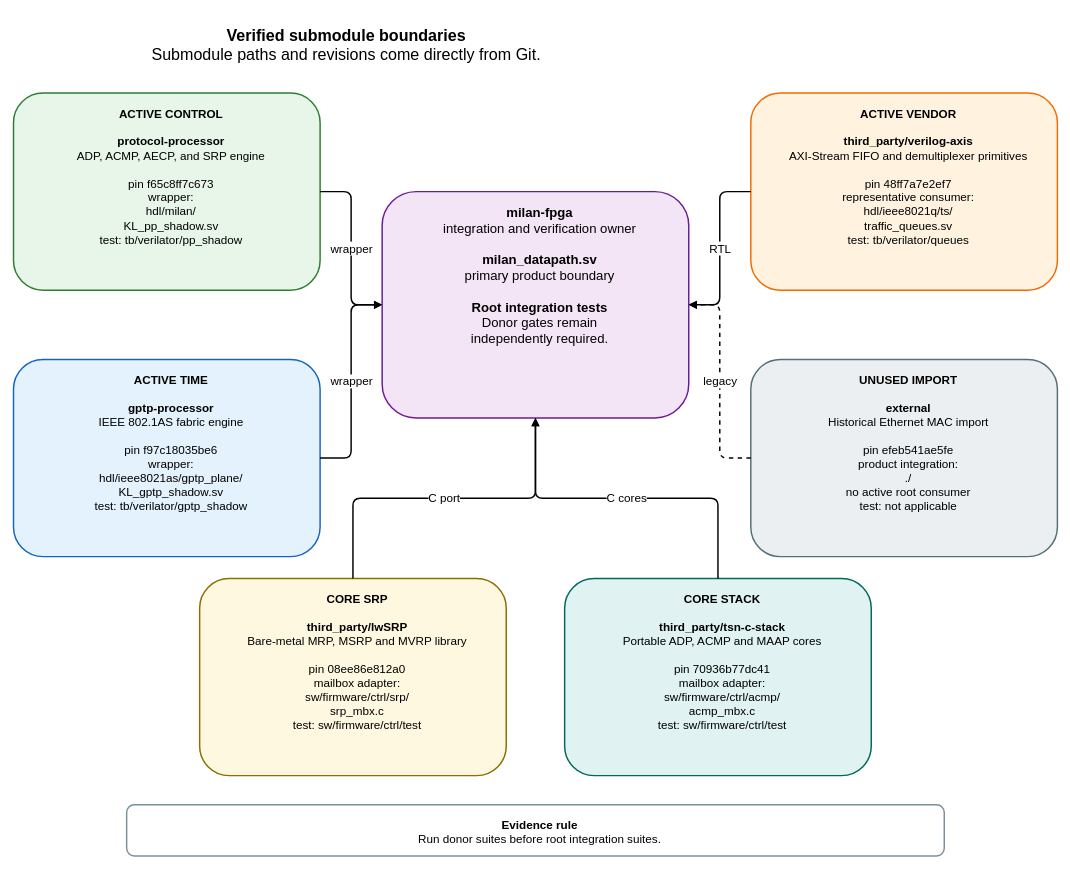
The draw.io diagram docs/diagrams/submodule_boundaries.drawio in kebag-logic/milan-fpga, before the edit. Source tidied: cells renumbered, new cells numbered last; positions are measured from the earlier drawing's top-left corner, leaving out a move shared by most shapes. Both pictures are drawn from the tidied source at 73%, with x=0, y=0 at pixel (13, 12).
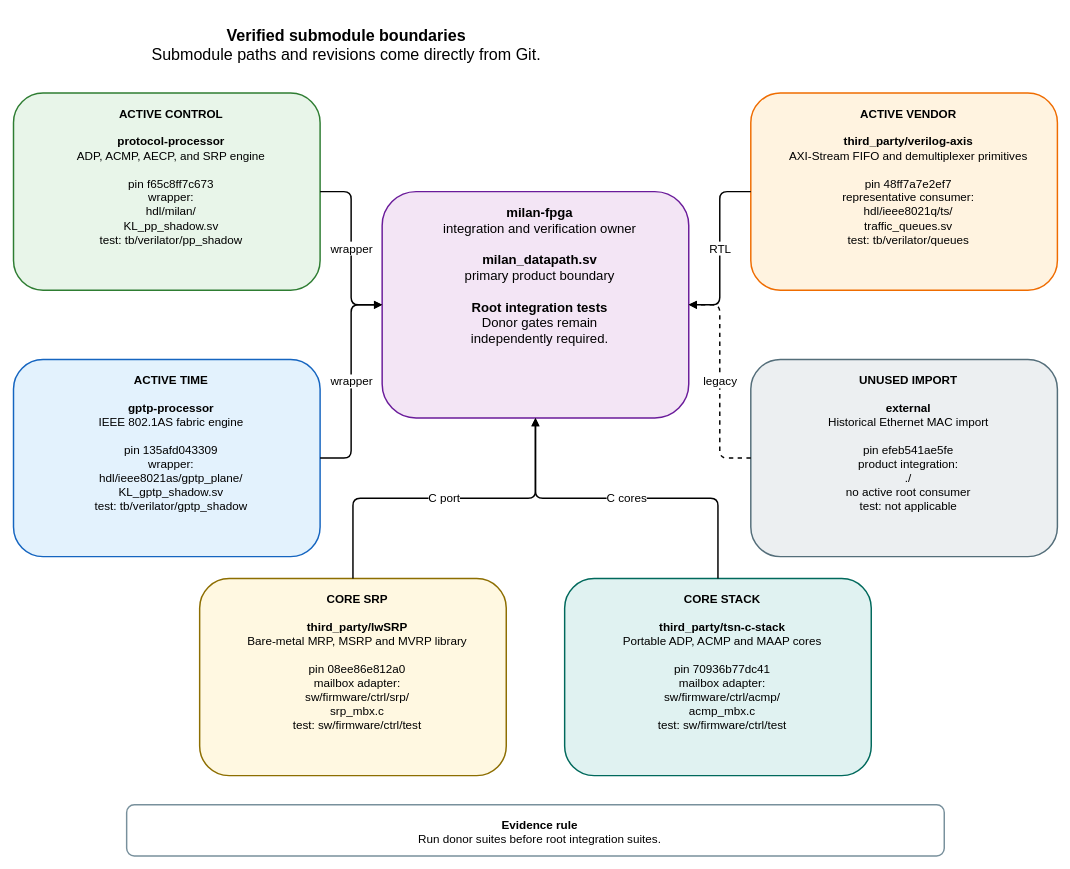
The same page after the edit.

Change to the diagram source:
```diff
@@
 <mxGraphModel>
   <root>
     <mxCell id="0" />
     <mxCell id="1" parent="0" />
     <mxCell id="2" value="&lt;b&gt;Verified submodule boundaries&lt;/b&gt;&lt;br&gt;Submodule paths and revisions come directly from Git." style="rounded=1;whiteSpace=wrap;html=1;verticalAlign=top;spacingTop=12;spacingLeft=12;fontSize=22;fontFamily=Helvetica;fillColor=none;strokeColor=none;strokeWidth=2;" parent="1" vertex="1">
       <mxGeometry width="900" height="65" as="geometry" />
     </mxCell>
     <mxCell id="3" value="&lt;b&gt;milan-fpga&lt;/b&gt;&lt;br&gt;integration and verification owner&lt;br&gt;&lt;br&gt;&lt;b&gt;milan_datapath.sv&lt;/b&gt;&lt;br&gt;primary product boundary&lt;br&gt;&lt;br&gt;&lt;b&gt;Root integration tests&lt;/b&gt;&lt;br&gt;Donor gates remain&lt;br&gt;independently required." style="rounded=1;whiteSpace=wrap;html=1;verticalAlign=top;spacingTop=12;spacingLeft=12;fontSize=18;fontFamily=Helvetica;fillColor=#F3E5F5;strokeColor=#6A1B9A;strokeWidth=2;" parent="1" vertex="1">
       <mxGeometry x="505" y="245" width="420" height="310" as="geometry" />
     </mxCell>
     <mxCell id="4" value="&lt;b&gt;ACTIVE CONTROL&lt;/b&gt;&lt;br&gt;&lt;br&gt;&lt;b&gt;protocol-processor&lt;/b&gt;&lt;br&gt;ADP, ACMP, AECP, and SRP engine&lt;br&gt;&lt;br&gt;pin f65c8ff7c673&lt;br&gt;wrapper:&lt;br&gt;hdl/milan/&lt;br&gt;KL_pp_shadow.sv&lt;br&gt;test: tb/verilator/pp_shadow" style="rounded=1;whiteSpace=wrap;html=1;verticalAlign=top;spacingTop=12;spacingLeft=12;fontSize=16;fontFamily=Helvetica;fillColor=#E8F5E9;strokeColor=#2E7D32;strokeWidth=2;" parent="1" vertex="1">
       <mxGeometry y="110" width="420" height="270" as="geometry" />
     </mxCell>
-    <mxCell id="5" value="&lt;b&gt;ACTIVE TIME&lt;/b&gt;&lt;br&gt;&lt;br&gt;&lt;b&gt;gptp-processor&lt;/b&gt;&lt;br&gt;IEEE 802.1AS fabric engine&lt;br&gt;&lt;br&gt;pin f97c18035be6&lt;br&gt;wrapper:&lt;br&gt;hdl/ieee8021as/gptp_plane/&lt;br&gt;KL_gptp_shadow.sv&lt;br&gt;test: tb/verilator/gptp_shadow" style="rounded=1;whiteSpace=wrap;html=1;verticalAlign=top;spacingTop=12;spacingLeft=12;fontSize=16;fontFamily=Helvetica;fillColor=#E3F2FD;strokeColor=#1565C0;strokeWidth=2;" parent="1" vertex="1">
+    <mxCell id="5" value="&lt;b&gt;ACTIVE TIME&lt;/b&gt;&lt;br&gt;&lt;br&gt;&lt;b&gt;gptp-processor&lt;/b&gt;&lt;br&gt;IEEE 802.1AS fabric engine&lt;br&gt;&lt;br&gt;pin 135afd043309&lt;br&gt;wrapper:&lt;br&gt;hdl/ieee8021as/gptp_plane/&lt;br&gt;KL_gptp_shadow.sv&lt;br&gt;test: tb/verilator/gptp_shadow" style="rounded=1;whiteSpace=wrap;html=1;verticalAlign=top;spacingTop=12;spacingLeft=12;fontSize=16;fontFamily=Helvetica;fillColor=#E3F2FD;strokeColor=#1565C0;strokeWidth=2;" parent="1" vertex="1">
       <mxGeometry y="475" width="420" height="270" as="geometry" />
     </mxCell>
     <mxCell id="6" value="&lt;b&gt;ACTIVE VENDOR&lt;/b&gt;&lt;br&gt;&lt;br&gt;&lt;b&gt;third_party/verilog-axis&lt;/b&gt;&lt;br&gt;AXI-Stream FIFO and demultiplexer primitives&lt;br&gt;&lt;br&gt;pin 48ff7a7e2ef7&lt;br&gt;representative consumer:&lt;br&gt;hdl/ieee8021q/ts/&lt;br&gt;traffic_queues.sv&lt;br&gt;test: tb/verilator/queues" style="rounded=1;whiteSpace=wrap;html=1;verticalAlign=top;spacingTop=12;spacingLeft=12;fontSize=16;fontFamily=Helvetica;fillColor=#FFF3E0;strokeColor=#EF6C00;strokeWidth=2;" parent="1" vertex="1">
       <mxGeometry x="1010" y="110" width="420" height="270" as="geometry" />
     </mxCell>
     <mxCell id="7" value="&lt;b&gt;UNUSED IMPORT&lt;/b&gt;&lt;br&gt;&lt;br&gt;&lt;b&gt;external&lt;/b&gt;&lt;br&gt;Historical Ethernet MAC import&lt;br&gt;&lt;br&gt;pin efeb541ae5fe&lt;br&gt;product integration:&lt;br&gt;./&lt;br&gt;no active root consumer&lt;br&gt;test: not applicable" style="rounded=1;whiteSpace=wrap;html=1;verticalAlign=top;spacingTop=12;spacingLeft=12;fontSize=16;fontFamily=Helvetica;fillColor=#ECEFF1;strokeColor=#546E7A;strokeWidth=2;" parent="1" vertex="1">
       <mxGeometry x="1010" y="475" width="420" height="270" as="geometry" />
     </mxCell>
     <mxCell id="8" value="&lt;b&gt;CORE SRP&lt;/b&gt;&lt;br&gt;&lt;br&gt;&lt;b&gt;third_party/lwSRP&lt;/b&gt;&lt;br&gt;Bare-metal MRP, MSRP and MVRP library&lt;br&gt;&lt;br&gt;pin 08ee86e812a0&lt;br&gt;mailbox adapter:&lt;br&gt;sw/firmware/ctrl/srp/&lt;br&gt;srp_mbx.c&lt;br&gt;test: sw/firmware/ctrl/test" style="rounded=1;whiteSpace=wrap;html=1;verticalAlign=top;spacingTop=12;spacingLeft=12;fontSize=16;fontFamily=Helvetica;fillColor=#FFF8E1;strokeColor=#8D6E00;strokeWidth=2;" parent="1" vertex="1">
       <mxGeometry x="255" y="775" width="420" height="270" as="geometry" />
     </mxCell>
     <mxCell id="9" value="&lt;b&gt;CORE STACK&lt;/b&gt;&lt;br&gt;&lt;br&gt;&lt;b&gt;third_party/tsn-c-stack&lt;/b&gt;&lt;br&gt;Portable ADP, ACMP and MAAP cores&lt;br&gt;&lt;br&gt;pin 70936b77dc41&lt;br&gt;mailbox adapter:&lt;br&gt;sw/firmware/ctrl/acmp/&lt;br&gt;acmp_mbx.c&lt;br&gt;test: sw/firmware/ctrl/test" style="rounded=1;whiteSpace=wrap;html=1;verticalAlign=top;spacingTop=12;spacingLeft=12;fontSize=16;fontFamily=Helvetica;fillColor=#E0F2F1;strokeColor=#00695C;strokeWidth=2;" parent="1" vertex="1">
       <mxGeometry x="755" y="775" width="420" height="270" as="geometry" />
     </mxCell>
     <mxCell id="10" value="wrapper" style="edgeStyle=orthogonalEdgeStyle;rounded=1;jettySize=auto;html=1;endArrow=block;endFill=1;strokeWidth=2;fontSize=16;fontFamily=Helvetica;labelBackgroundColor=#FFFFFF;" parent="1" edge="1" source="4" target="3">
       <mxGeometry relative="1" as="geometry" />
     </mxCell>
     <mxCell id="11" value="wrapper" style="edgeStyle=orthogonalEdgeStyle;rounded=1;jettySize=auto;html=1;endArrow=block;endFill=1;strokeWidth=2;fontSize=16;fontFamily=Helvetica;labelBackgroundColor=#FFFFFF;" parent="1" edge="1" source="5" target="3">
       <mxGeometry relative="1" as="geometry" />
     </mxCell>
     <mxCell id="12" value="RTL" style="edgeStyle=orthogonalEdgeStyle;rounded=1;jettySize=auto;html=1;endArrow=block;endFill=1;strokeWidth=2;fontSize=16;fontFamily=Helvetica;labelBackgroundColor=#FFFFFF;" parent="1" edge="1" source="6" target="3">
       <mxGeometry relative="1" as="geometry" />
     </mxCell>
     <mxCell id="13" value="legacy" style="edgeStyle=orthogonalEdgeStyle;rounded=1;jettySize=auto;html=1;endArrow=block;endFill=1;strokeWidth=2;fontSize=16;fontFamily=Helvetica;labelBackgroundColor=#FFFFFF;dashed=1;" parent="1" edge="1" source="7" target="3">
       <mxGeometry relative="1" as="geometry" />
     </mxCell>
     <mxCell id="14" value="C port" style="edgeStyle=orthogonalEdgeStyle;rounded=1;jettySize=auto;html=1;endArrow=block;endFill=1;strokeWidth=2;fontSize=16;fontFamily=Helvetica;labelBackgroundColor=#FFFFFF;" parent="1" edge="1" source="8" target="3">
       <mxGeometry relative="1" as="geometry" />
     </mxCell>
     <mxCell id="15" value="C cores" style="edgeStyle=orthogonalEdgeStyle;rounded=1;jettySize=auto;html=1;endArrow=block;endFill=1;strokeWidth=2;fontSize=16;fontFamily=Helvetica;labelBackgroundColor=#FFFFFF;" parent="1" edge="1" source="9" target="3">
       <mxGeometry relative="1" as="geometry" />
     </mxCell>
     <mxCell id="16" value="&lt;b&gt;Evidence rule&lt;/b&gt;&lt;br&gt;Run donor suites before root integration suites." style="rounded=1;whiteSpace=wrap;html=1;verticalAlign=top;spacingTop=12;spacingLeft=12;fontSize=16;fontFamily=Helvetica;fillColor=#FFFFFF;strokeColor=#78909C;strokeWidth=2;" parent="1" vertex="1">
       <mxGeometry x="155" y="1085" width="1120" height="70" as="geometry" />
     </mxCell>
   </root>
 </mxGraphModel>
```
